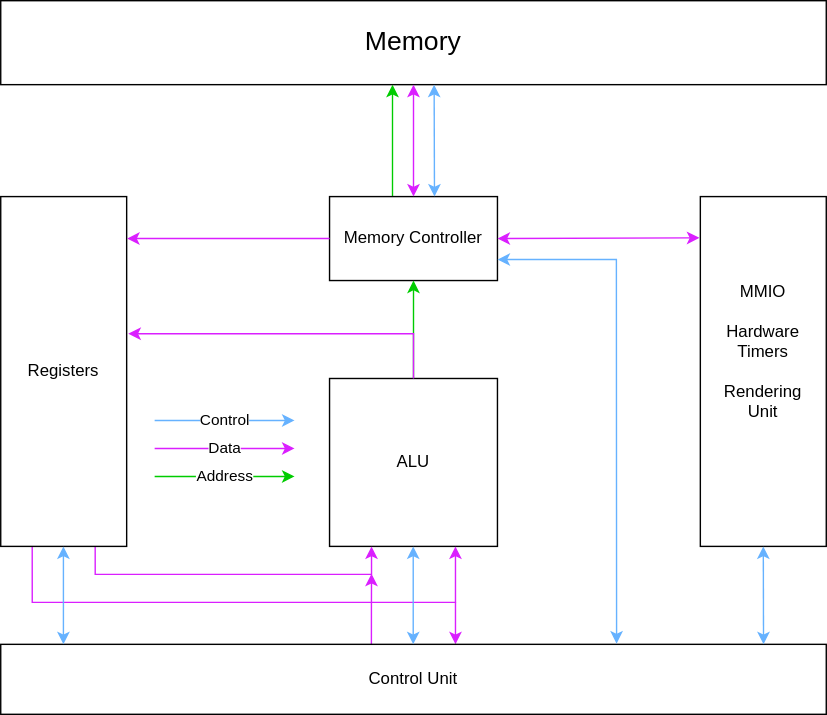
This is docs/HardwareArchitectureImages/HighLevelHardwareArchitecture.drawio.svg from Sanotsch2003/MiPro-XG-V1, a draw.io export, as it was before one commit. Source tidied: cells renumbered, new cells last; positions are measured from the earlier drawing's top-left corner, leaving out a move shared by most shapes.
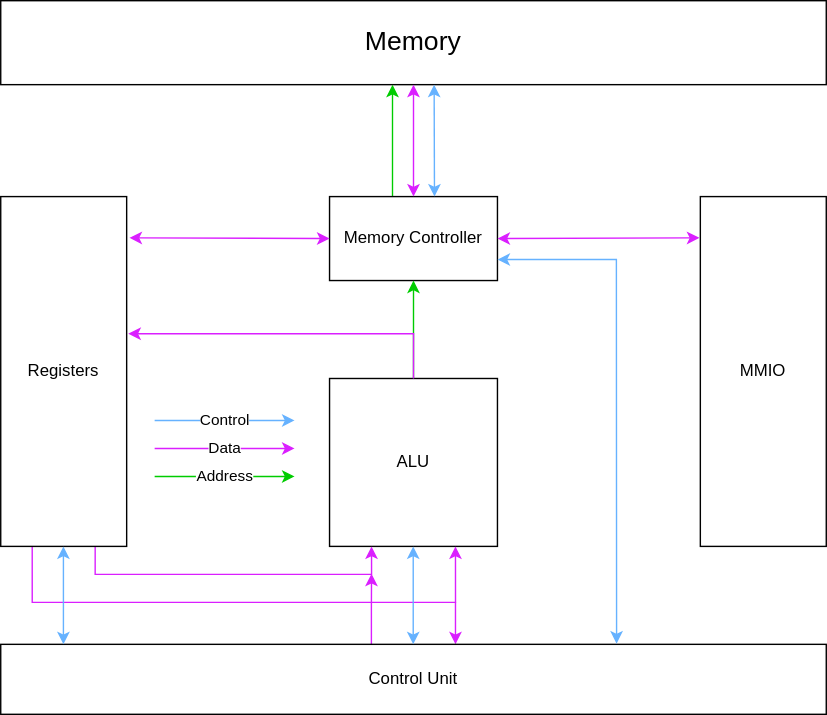
The same diagram one commit later.

Change to the diagram source:
```diff
@@ -20,7 +20,7 @@
     <mxCell id="6" value="ALU" style="whiteSpace=wrap;html=1;" parent="1" vertex="1">
       <mxGeometry x="235" y="270" width="120" height="120" as="geometry" />
     </mxCell>
-    <mxCell id="7" value="MMIO&lt;div&gt;&lt;div&gt;&lt;br&gt;&lt;/div&gt;&lt;div&gt;Hardware&lt;/div&gt;&lt;div&gt;Timers&lt;/div&gt;&lt;div&gt;&lt;br&gt;&lt;/div&gt;&lt;div&gt;Rendering&lt;/div&gt;&lt;div&gt;Unit&lt;/div&gt;&lt;div&gt;&lt;br&gt;&lt;/div&gt;&lt;div&gt;&lt;br&gt;&lt;/div&gt;&lt;/div&gt;" style="rounded=0;whiteSpace=wrap;html=1;" parent="1" vertex="1">
+    <mxCell id="7" value="MMIO" style="rounded=0;whiteSpace=wrap;html=1;" parent="1" vertex="1">
       <mxGeometry x="500" y="140" width="90" height="250" as="geometry" />
     </mxCell>
     <mxCell id="8" style="edgeStyle=orthogonalEdgeStyle;rounded=0;jettySize=auto;html=1;exitX=0.25;exitY=1;exitDx=0;exitDy=0;entryX=0.75;entryY=1;entryDx=0;entryDy=0;strokeColor=#DA1FFF;" parent="1" edge="1" source="10" target="6">
@@ -58,9 +58,6 @@
         </Array>
       </mxGeometry>
     </mxCell>
-    <mxCell id="15" style="edgeStyle=orthogonalEdgeStyle;rounded=0;jettySize=auto;html=1;entryX=1.003;entryY=0.12;entryDx=0;entryDy=0;entryPerimeter=0;strokeColor=#DA1FFF;" parent="1" edge="1" source="4" target="10">
-      <mxGeometry relative="1" as="geometry" />
-    </mxCell>
     <mxCell id="16" value="Control" style="edgeStyle=orthogonalEdgeStyle;rounded=0;orthogonalLoop=1;jettySize=auto;html=1;strokeColor=#66B2FF;" parent="1" edge="1">
       <mxGeometry relative="1" as="geometry">
         <mxPoint x="110" y="300" as="sourcePoint" />
@@ -97,9 +94,6 @@
     <mxCell id="20" style="endArrow=classic;startArrow=classic;html=1;rounded=0;entryX=1;entryY=0.5;entryDx=0;entryDy=0;exitX=-0.007;exitY=0.118;exitDx=0;exitDy=0;strokeColor=#DA1FFF;exitPerimeter=0;" parent="1" edge="1" source="7" target="4">
       <mxGeometry relative="1" as="geometry" />
     </mxCell>
-    <mxCell id="21" style="endArrow=classic;startArrow=classic;html=1;rounded=0;exitX=0.5;exitY=1;exitDx=0;exitDy=0;entryX=0.924;entryY=0;entryDx=0;entryDy=0;entryPerimeter=0;strokeColor=#66B2FF;" parent="1" edge="1" source="7" target="13">
-      <mxGeometry relative="1" as="geometry" />
-    </mxCell>
     <mxCell id="22" style="endArrow=classic;startArrow=classic;html=1;rounded=0;exitX=1;exitY=0.75;exitDx=0;exitDy=0;entryX=0.746;entryY=-0.01;entryDx=0;entryDy=0;strokeColor=#66B2FF;entryPerimeter=0;" parent="1" edge="1" source="4" target="13">
       <mxGeometry relative="1" as="geometry">
         <Array as="points">
@@ -124,5 +118,8 @@
         <mxPoint x="310" y="140" as="targetPoint" />
       </mxGeometry>
     </mxCell>
+    <mxCell id="26" style="endArrow=classic;startArrow=classic;html=1;rounded=0;exitX=1.022;exitY=0.118;exitDx=0;exitDy=0;exitPerimeter=0;entryX=0;entryY=0.5;entryDx=0;entryDy=0;strokeColor=#DA1FFF;" parent="1" edge="1" source="10" target="4">
+      <mxGeometry relative="1" as="geometry" />
+    </mxCell>
   </root>
 </mxGraphModel>
```
